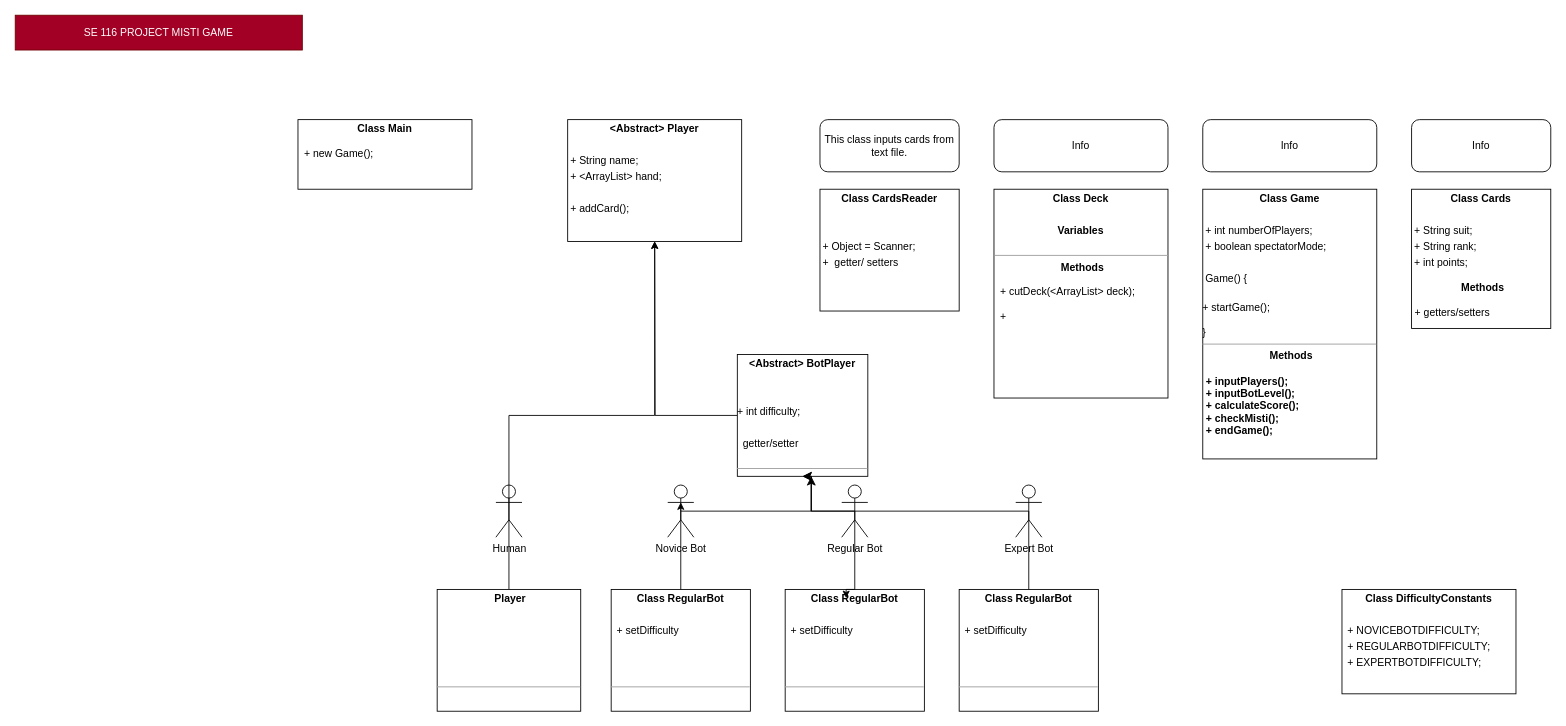
This is Başlıksız Diyagram.drawio from alperozgursahin/MistiGameProject, a draw.io file, before an edit. Source tidied: cells renumbered, new cells numbered last; positions are measured from the earlier drawing's top-left corner, leaving out a move shared by most shapes. Both pictures are drawn from the tidied source at 87%, with x=0, y=0 at pixel (15, 15).
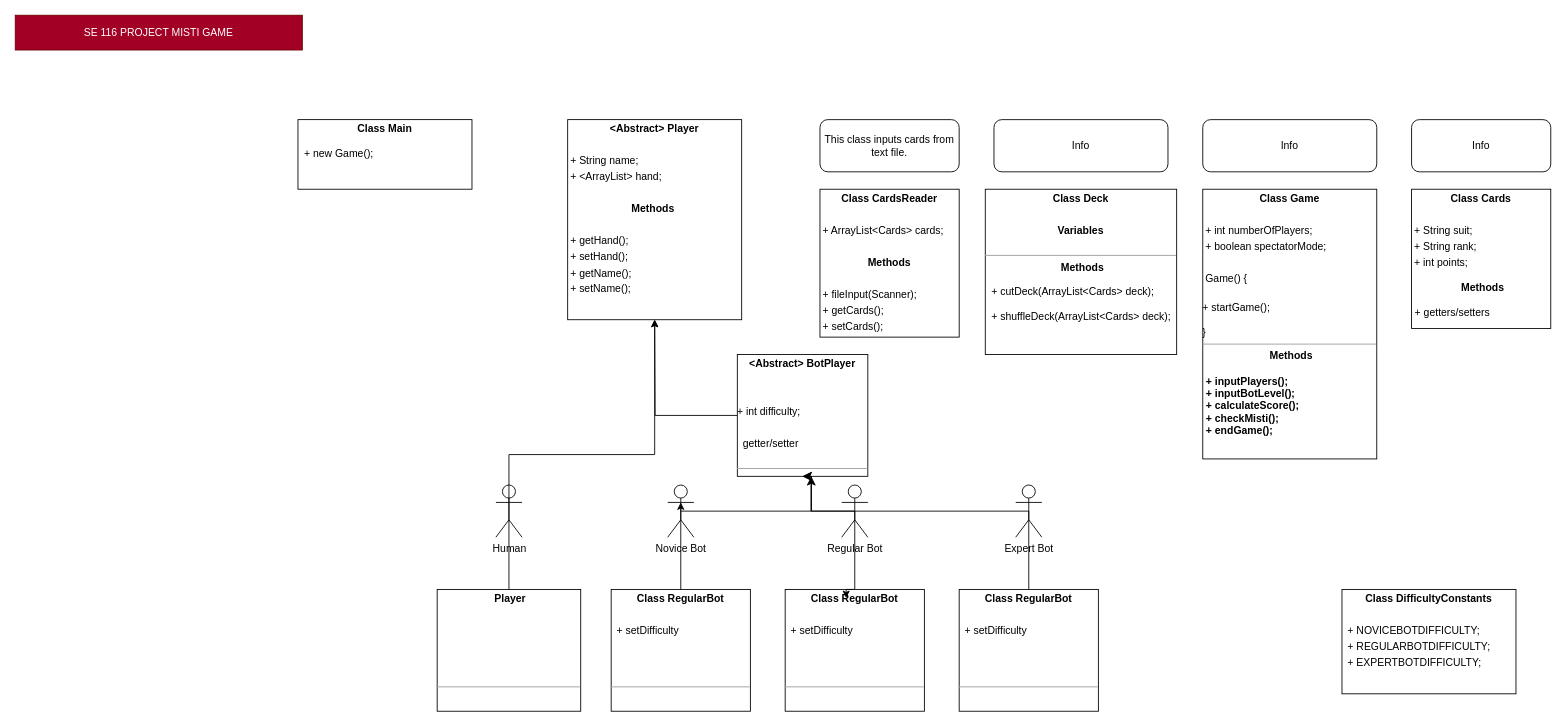
Above is the later version.

The change refers to these unchanged cells:
```xml
<mxCell id="23" value="&lt;p style=&quot;margin:0px;margin-top:4px;text-align:center;&quot;&gt;&lt;b&gt;&amp;lt;Abstract&amp;gt; BotPlayer&lt;/b&gt;&lt;/p&gt;&lt;p style=&quot;margin: 4px 0px 0px;&quot;&gt;&lt;br&gt;&lt;/p&gt;&lt;p style=&quot;margin: 4px 0px 0px;&quot;&gt;&amp;nbsp;&lt;/p&gt;&lt;p style=&quot;margin: 4px 0px 0px;&quot;&gt;+ int difficulty;&lt;/p&gt;&lt;p style=&quot;margin: 4px 0px 0px;&quot;&gt;&lt;br&gt;&lt;/p&gt;&lt;p style=&quot;margin: 4px 0px 0px;&quot;&gt;&amp;nbsp; getter/setter&lt;/p&gt;&lt;br&gt;&lt;hr size=&quot;1&quot;&gt;&lt;p style=&quot;margin:0px;margin-left:4px;&quot;&gt;&lt;/p&gt;&lt;p style=&quot;text-align: center; margin: 0px 0px 0px 4px;&quot;&gt;&lt;br&gt;&lt;/p&gt;" style="verticalAlign=top;align=left;overflow=fill;fontSize=12;fontFamily=Helvetica;html=1;whiteSpace=wrap;" parent="1" vertex="1">
  <mxGeometry x="830" y="390" width="150" height="140" as="geometry" />
</mxCell>
```

Change to the diagram source:
```diff
@@
-    <mxCell id="4" value="&lt;p style=&quot;margin:0px;margin-top:4px;text-align:center;&quot;&gt;&lt;b&gt;Class Deck&lt;/b&gt;&lt;/p&gt;&lt;p style=&quot;margin:0px;margin-top:4px;text-align:center;&quot;&gt;&lt;br&gt;&lt;/p&gt;&lt;p style=&quot;margin:0px;margin-top:4px;text-align:center;&quot;&gt;&lt;b&gt;Variables&lt;/b&gt;&lt;/p&gt;&lt;br&gt;&lt;hr size=&quot;1&quot;&gt;&lt;p style=&quot;margin:0px;margin-left:4px;&quot;&gt;&lt;/p&gt;&lt;p style=&quot;text-align: center; margin: 0px 0px 0px 4px;&quot;&gt;&lt;b&gt;Methods&lt;/b&gt;&lt;/p&gt;&lt;p style=&quot;margin: 0px 0px 0px 4px;&quot;&gt;&lt;br&gt;&lt;/p&gt;&lt;p style=&quot;margin: 0px 0px 0px 4px;&quot;&gt;&amp;nbsp;+ cutDeck(&amp;lt;ArrayList&amp;gt; deck);&lt;/p&gt;&lt;p style=&quot;margin: 0px 0px 0px 4px;&quot;&gt;&lt;br&gt;&lt;/p&gt;&lt;p style=&quot;margin: 0px 0px 0px 4px;&quot;&gt;&amp;nbsp;+&amp;nbsp;&lt;/p&gt;" style="verticalAlign=top;align=left;overflow=fill;fontSize=12;fontFamily=Helvetica;html=1;whiteSpace=wrap;" parent="1" vertex="1">
-      <mxGeometry x="1125" y="200" width="200" height="240" as="geometry" />
+    <mxCell id="4" value="&lt;p style=&quot;margin:0px;margin-top:4px;text-align:center;&quot;&gt;&lt;b&gt;Class Deck&lt;/b&gt;&lt;/p&gt;&lt;p style=&quot;margin:0px;margin-top:4px;text-align:center;&quot;&gt;&lt;br&gt;&lt;/p&gt;&lt;p style=&quot;margin:0px;margin-top:4px;text-align:center;&quot;&gt;&lt;b&gt;Variables&lt;/b&gt;&lt;/p&gt;&lt;br&gt;&lt;hr size=&quot;1&quot;&gt;&lt;p style=&quot;margin:0px;margin-left:4px;&quot;&gt;&lt;/p&gt;&lt;p style=&quot;text-align: center; margin: 0px 0px 0px 4px;&quot;&gt;&lt;b&gt;Methods&lt;/b&gt;&lt;/p&gt;&lt;p style=&quot;margin: 0px 0px 0px 4px;&quot;&gt;&lt;br&gt;&lt;/p&gt;&lt;p style=&quot;margin: 0px 0px 0px 4px;&quot;&gt;&amp;nbsp;+ cutDeck(ArrayList&amp;lt;Cards&amp;gt; deck);&lt;/p&gt;&lt;p style=&quot;margin: 0px 0px 0px 4px;&quot;&gt;&lt;br&gt;&lt;/p&gt;&lt;p style=&quot;margin: 0px 0px 0px 4px;&quot;&gt;&amp;nbsp;+ shuffleDeck(ArrayList&amp;lt;Cards&amp;gt; deck);&lt;/p&gt;" style="verticalAlign=top;align=left;overflow=fill;fontSize=12;fontFamily=Helvetica;html=1;whiteSpace=wrap;" parent="1" vertex="1">
+      <mxGeometry x="1115" y="200" width="220" height="190" as="geometry" />
     </mxCell>
-    <mxCell id="5" value="&lt;p style=&quot;margin:0px;margin-top:4px;text-align:center;&quot;&gt;&lt;b&gt;Class CardsReader&lt;/b&gt;&lt;/p&gt;&lt;p style=&quot;margin: 4px 0px 0px;&quot;&gt;&lt;br&gt;&lt;/p&gt;&lt;p style=&quot;margin: 4px 0px 0px;&quot;&gt;&lt;b&gt;&lt;br&gt;&lt;/b&gt;&lt;/p&gt;&lt;p style=&quot;margin: 4px 0px 0px;&quot;&gt;&amp;nbsp;+ Object = Scanner;&lt;/p&gt;&lt;p style=&quot;margin: 4px 0px 0px;&quot;&gt;&amp;nbsp;+&amp;nbsp; getter/ setters&lt;/p&gt;&lt;p style=&quot;margin: 4px 0px 0px;&quot;&gt;&lt;br&gt;&lt;/p&gt;&lt;p style=&quot;margin: 4px 0px 0px;&quot;&gt;&lt;br&gt;&lt;/p&gt;" style="verticalAlign=top;align=left;overflow=fill;fontSize=12;fontFamily=Helvetica;html=1;whiteSpace=wrap;" parent="1" vertex="1">
-      <mxGeometry x="925" y="200" width="160" height="140" as="geometry" />
+    <mxCell id="5" value="&lt;p style=&quot;margin:0px;margin-top:4px;text-align:center;&quot;&gt;&lt;b&gt;Class CardsReader&lt;/b&gt;&lt;/p&gt;&lt;p style=&quot;margin: 4px 0px 0px;&quot;&gt;&lt;br&gt;&lt;/p&gt;&lt;p style=&quot;margin: 4px 0px 0px;&quot;&gt;&lt;b&gt;&amp;nbsp;&lt;/b&gt;+ ArrayList&amp;lt;Cards&amp;gt; cards;&lt;/p&gt;&lt;p style=&quot;text-align: center; margin: 4px 0px 0px;&quot;&gt;&amp;nbsp;&lt;/p&gt;&lt;p style=&quot;text-align: center; margin: 4px 0px 0px;&quot;&gt;&lt;b&gt;Methods&lt;/b&gt;&lt;/p&gt;&lt;p style=&quot;text-align: center; margin: 4px 0px 0px;&quot;&gt;&lt;b&gt;&lt;br&gt;&lt;/b&gt;&lt;/p&gt;&lt;p style=&quot;margin: 4px 0px 0px;&quot;&gt;&amp;nbsp;+ fileInput(Scanner);&lt;/p&gt;&lt;p style=&quot;margin: 4px 0px 0px;&quot;&gt;&amp;nbsp;+ getCards();&lt;/p&gt;&lt;p style=&quot;margin: 4px 0px 0px;&quot;&gt;&amp;nbsp;+ setCards();&lt;/p&gt;&lt;p style=&quot;margin: 4px 0px 0px;&quot;&gt;&lt;br&gt;&lt;/p&gt;&lt;p style=&quot;margin: 4px 0px 0px;&quot;&gt;&lt;br&gt;&lt;/p&gt;&lt;p style=&quot;margin: 4px 0px 0px;&quot;&gt;&lt;br&gt;&lt;/p&gt;" style="verticalAlign=top;align=left;overflow=fill;fontSize=12;fontFamily=Helvetica;html=1;whiteSpace=wrap;" parent="1" vertex="1">
+      <mxGeometry x="925" y="200" width="160" height="170" as="geometry" />
     </mxCell>
@@
-    <mxCell id="13" value="&lt;p style=&quot;margin:0px;margin-top:4px;text-align:center;&quot;&gt;&lt;b&gt;&amp;lt;Abstract&amp;gt; Player&lt;/b&gt;&lt;/p&gt;&lt;p style=&quot;margin: 4px 0px 0px;&quot;&gt;&lt;br&gt;&lt;/p&gt;&lt;p style=&quot;margin: 4px 0px 0px;&quot;&gt;&amp;nbsp;+ String name;&lt;/p&gt;&lt;p style=&quot;margin: 4px 0px 0px;&quot;&gt;&amp;nbsp;+ &amp;lt;ArrayList&amp;gt; hand;&lt;/p&gt;&lt;p style=&quot;margin: 4px 0px 0px;&quot;&gt;&lt;br&gt;&lt;/p&gt;&lt;p style=&quot;margin: 4px 0px 0px;&quot;&gt;&amp;nbsp;+ addCard();&lt;/p&gt;&lt;p style=&quot;margin: 4px 0px 0px;&quot;&gt;&lt;br&gt;&lt;/p&gt;&lt;p style=&quot;margin: 4px 0px 0px;&quot;&gt;&amp;nbsp;&lt;/p&gt;&lt;br&gt;&lt;hr size=&quot;1&quot;&gt;&lt;p style=&quot;margin:0px;margin-left:4px;&quot;&gt;&lt;/p&gt;&lt;p style=&quot;text-align: center; margin: 0px 0px 0px 4px;&quot;&gt;&lt;br&gt;&lt;/p&gt;" style="verticalAlign=top;align=left;overflow=fill;fontSize=12;fontFamily=Helvetica;html=1;whiteSpace=wrap;" parent="1" vertex="1">
-      <mxGeometry x="635" y="120" width="200" height="140" as="geometry" />
+    <mxCell id="13" value="&lt;p style=&quot;margin:0px;margin-top:4px;text-align:center;&quot;&gt;&lt;b&gt;&amp;lt;Abstract&amp;gt; Player&lt;/b&gt;&lt;/p&gt;&lt;p style=&quot;margin:0px;margin-top:4px;text-align:center;&quot;&gt;&lt;br&gt;&lt;/p&gt;&lt;p style=&quot;margin: 4px 0px 0px;&quot;&gt;&amp;nbsp;+ String name;&lt;/p&gt;&lt;p style=&quot;margin: 4px 0px 0px;&quot;&gt;&amp;nbsp;+ &amp;lt;ArrayList&amp;gt; hand;&lt;/p&gt;&lt;p style=&quot;text-align: center; margin: 4px 0px 0px;&quot;&gt;&lt;br&gt;&lt;/p&gt;&lt;p style=&quot;text-align: center; margin: 4px 0px 0px;&quot;&gt;&lt;b&gt;Methods&lt;/b&gt;&amp;nbsp;&lt;/p&gt;&lt;p style=&quot;margin: 4px 0px 0px;&quot;&gt;&lt;br&gt;&lt;/p&gt;&lt;p style=&quot;margin: 4px 0px 0px;&quot;&gt;&amp;nbsp;+ getHand();&lt;/p&gt;&lt;p style=&quot;margin: 4px 0px 0px;&quot;&gt;&amp;nbsp;+ setHand();&lt;/p&gt;&lt;p style=&quot;margin: 4px 0px 0px;&quot;&gt;&amp;nbsp;+ getName();&lt;/p&gt;&lt;p style=&quot;margin: 4px 0px 0px;&quot;&gt;&amp;nbsp;+ setName();&lt;/p&gt;&lt;p style=&quot;margin: 4px 0px 0px;&quot;&gt;&lt;br&gt;&lt;/p&gt;&lt;p style=&quot;margin: 4px 0px 0px;&quot;&gt;&lt;br&gt;&lt;/p&gt;&lt;p style=&quot;margin: 4px 0px 0px;&quot;&gt;&amp;nbsp;&lt;/p&gt;&lt;br&gt;&lt;hr size=&quot;1&quot;&gt;&lt;p style=&quot;margin:0px;margin-left:4px;&quot;&gt;&lt;/p&gt;&lt;p style=&quot;text-align: center; margin: 0px 0px 0px 4px;&quot;&gt;&lt;br&gt;&lt;/p&gt;" style="verticalAlign=top;align=left;overflow=fill;fontSize=12;fontFamily=Helvetica;html=1;whiteSpace=wrap;" parent="1" vertex="1">
+      <mxGeometry x="635" y="120" width="200" height="230" as="geometry" />
     </mxCell>
@@
     <mxCell id="22" style="edgeStyle=orthogonalEdgeStyle;rounded=0;jettySize=auto;html=1;" parent="1" edge="1" source="23">
       <mxGeometry relative="1" as="geometry">
-        <mxPoint x="735" y="260" as="targetPoint" />
+        <mxPoint x="735" y="350" as="targetPoint" />
       </mxGeometry>
     </mxCell>
```
